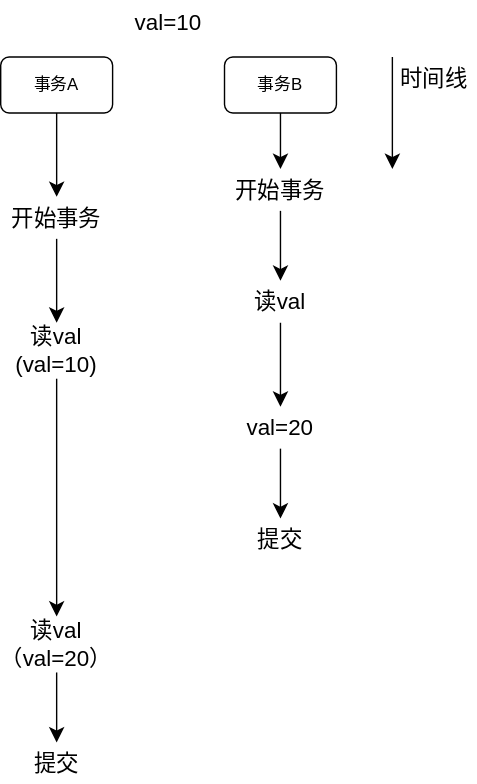
Earlier version of the draw.io export img/mysql-不可重复读.svg (trophate/dnote). Source tidied: cells renumbered, new cells last; positions are measured from the earlier drawing's top-left corner, leaving out a move shared by most shapes. The source it was exported from:
```xml
<mxGraphModel>
  <root>
    <mxCell id="0" />
    <mxCell id="1" parent="0" />
    <mxCell id="2" value="事务A" style="rounded=1;whiteSpace=wrap;html=1;" parent="1" vertex="1">
      <mxGeometry y="40" width="80" height="40" as="geometry" />
    </mxCell>
    <mxCell id="3" value="事务B" style="rounded=1;whiteSpace=wrap;html=1;" parent="1" vertex="1">
      <mxGeometry x="160" y="40" width="80" height="40" as="geometry" />
    </mxCell>
    <mxCell id="4" style="endArrow=classic;html=1;rounded=0;fontSize=12;startSize=8;endSize=8;curved=1;" parent="1" edge="1">
      <mxGeometry relative="1" as="geometry">
        <mxPoint x="280" y="40" as="sourcePoint" />
        <mxPoint x="280" y="120" as="targetPoint" />
      </mxGeometry>
    </mxCell>
    <mxCell id="5" value="时间线" style="text;html=1;align=center;verticalAlign=middle;whiteSpace=wrap;rounded=0;fontSize=16;" parent="1" vertex="1">
      <mxGeometry x="280" y="40" width="60" height="30" as="geometry" />
    </mxCell>
    <mxCell id="6" value="开始事务" style="text;html=1;align=center;verticalAlign=middle;whiteSpace=wrap;rounded=0;fontSize=16;" parent="1" vertex="1">
      <mxGeometry x="160" y="120" width="80" height="30" as="geometry" />
    </mxCell>
    <mxCell id="7" style="endArrow=classic;html=1;rounded=0;fontSize=12;startSize=8;endSize=8;curved=1;exitX=0.5;exitY=1;exitDx=0;exitDy=0;entryX=0.5;entryY=0;entryDx=0;entryDy=0;" parent="1" edge="1" source="3" target="6">
      <mxGeometry relative="1" as="geometry" />
    </mxCell>
    <mxCell id="8" value="val=20" style="text;html=1;align=center;verticalAlign=middle;whiteSpace=wrap;rounded=0;fontSize=16;" parent="1" vertex="1">
      <mxGeometry x="155" y="290" width="90" height="30" as="geometry" />
    </mxCell>
    <mxCell id="9" value="开始事务" style="text;html=1;align=center;verticalAlign=middle;whiteSpace=wrap;rounded=0;fontSize=16;" parent="1" vertex="1">
      <mxGeometry y="140" width="80" height="30" as="geometry" />
    </mxCell>
    <mxCell id="10" value="提交" style="text;html=1;align=center;verticalAlign=middle;whiteSpace=wrap;rounded=0;fontSize=16;" parent="1" vertex="1">
      <mxGeometry x="175" y="370" width="50" height="30" as="geometry" />
    </mxCell>
    <mxCell id="11" style="endArrow=classic;html=1;rounded=0;fontSize=12;startSize=8;endSize=8;curved=1;exitX=0.5;exitY=1;exitDx=0;exitDy=0;entryX=0.5;entryY=0;entryDx=0;entryDy=0;" parent="1" edge="1" source="2" target="9">
      <mxGeometry relative="1" as="geometry" />
    </mxCell>
    <mxCell id="12" style="endArrow=classic;html=1;rounded=0;fontSize=12;startSize=8;endSize=8;curved=1;exitX=0.5;exitY=1;exitDx=0;exitDy=0;entryX=0.5;entryY=0;entryDx=0;entryDy=0;" parent="1" edge="1" source="6" target="20">
      <mxGeometry relative="1" as="geometry" />
    </mxCell>
    <mxCell id="13" value="读val&lt;br&gt;（val=20）" style="text;html=1;align=center;verticalAlign=middle;whiteSpace=wrap;rounded=0;fontSize=16;" parent="1" vertex="1">
      <mxGeometry y="440" width="80" height="40" as="geometry" />
    </mxCell>
    <mxCell id="14" value="val=10" style="text;html=1;align=center;verticalAlign=middle;whiteSpace=wrap;rounded=0;fontSize=16;" parent="1" vertex="1">
      <mxGeometry x="90" width="60" height="30" as="geometry" />
    </mxCell>
    <mxCell id="15" style="endArrow=classic;html=1;rounded=0;fontSize=12;startSize=8;endSize=8;curved=1;exitX=0.5;exitY=1;exitDx=0;exitDy=0;entryX=0.5;entryY=0;entryDx=0;entryDy=0;" parent="1" edge="1" source="9" target="19">
      <mxGeometry relative="1" as="geometry" />
    </mxCell>
    <mxCell id="16" value="提交" style="text;html=1;align=center;verticalAlign=middle;whiteSpace=wrap;rounded=0;fontSize=16;" parent="1" vertex="1">
      <mxGeometry x="15" y="530" width="50" height="30" as="geometry" />
    </mxCell>
    <mxCell id="17" style="endArrow=classic;html=1;rounded=0;fontSize=12;startSize=8;endSize=8;curved=1;exitX=0.5;exitY=1;exitDx=0;exitDy=0;entryX=0.5;entryY=0;entryDx=0;entryDy=0;" parent="1" edge="1" source="8" target="10">
      <mxGeometry relative="1" as="geometry" />
    </mxCell>
    <mxCell id="18" style="endArrow=classic;html=1;rounded=0;fontSize=12;startSize=8;endSize=8;curved=1;exitX=0.5;exitY=1;exitDx=0;exitDy=0;entryX=0.5;entryY=0;entryDx=0;entryDy=0;" parent="1" edge="1" source="13" target="16">
      <mxGeometry relative="1" as="geometry" />
    </mxCell>
    <mxCell id="19" value="读val&lt;br&gt;(val=10&lt;span style=&quot;background-color: initial;&quot;&gt;)&lt;/span&gt;" style="text;html=1;align=center;verticalAlign=middle;whiteSpace=wrap;rounded=0;fontSize=16;" parent="1" vertex="1">
      <mxGeometry x="5" y="230" width="70" height="40" as="geometry" />
    </mxCell>
    <mxCell id="20" value="读val" style="text;html=1;align=center;verticalAlign=middle;whiteSpace=wrap;rounded=0;fontSize=16;" parent="1" vertex="1">
      <mxGeometry x="175" y="200" width="50" height="30" as="geometry" />
    </mxCell>
    <mxCell id="21" style="endArrow=classic;html=1;rounded=0;fontSize=12;startSize=8;endSize=8;curved=1;exitX=0.5;exitY=1;exitDx=0;exitDy=0;entryX=0.5;entryY=0;entryDx=0;entryDy=0;" parent="1" edge="1" source="20" target="8">
      <mxGeometry relative="1" as="geometry" />
    </mxCell>
    <mxCell id="22" style="endArrow=classic;html=1;rounded=0;fontSize=12;startSize=8;endSize=8;curved=1;exitX=0.5;exitY=1;exitDx=0;exitDy=0;entryX=0.5;entryY=0;entryDx=0;entryDy=0;" parent="1" edge="1" source="19" target="13">
      <mxGeometry relative="1" as="geometry" />
    </mxCell>
  </root>
</mxGraphModel>
```
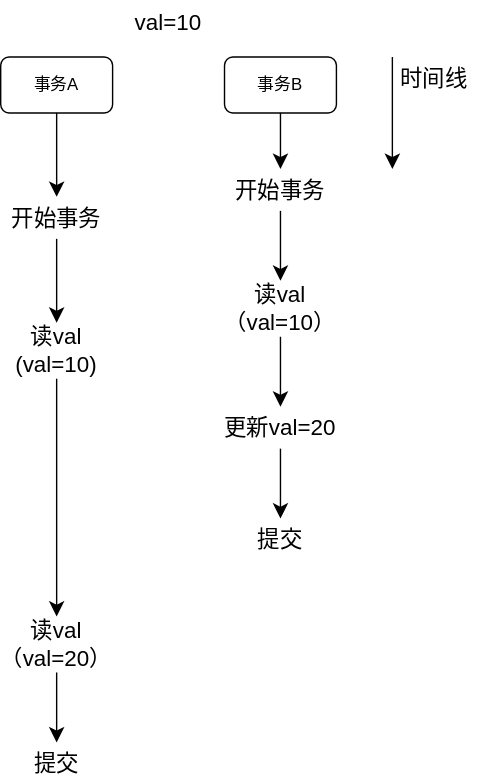
After the change.

Change to the diagram source:
```diff
@@ -23,8 +23,8 @@
     <mxCell id="7" style="endArrow=classic;html=1;rounded=0;fontSize=12;startSize=8;endSize=8;curved=1;exitX=0.5;exitY=1;exitDx=0;exitDy=0;entryX=0.5;entryY=0;entryDx=0;entryDy=0;" parent="1" edge="1" source="3" target="6">
       <mxGeometry relative="1" as="geometry" />
     </mxCell>
-    <mxCell id="8" value="val=20" style="text;html=1;align=center;verticalAlign=middle;whiteSpace=wrap;rounded=0;fontSize=16;" parent="1" vertex="1">
-      <mxGeometry x="155" y="290" width="90" height="30" as="geometry" />
+    <mxCell id="8" value="更新val=20" style="text;html=1;align=center;verticalAlign=middle;whiteSpace=wrap;rounded=0;fontSize=16;" parent="1" vertex="1">
+      <mxGeometry x="150" y="290" width="100" height="30" as="geometry" />
     </mxCell>
     <mxCell id="9" value="开始事务" style="text;html=1;align=center;verticalAlign=middle;whiteSpace=wrap;rounded=0;fontSize=16;" parent="1" vertex="1">
       <mxGeometry y="140" width="80" height="30" as="geometry" />
@@ -59,8 +59,8 @@
     <mxCell id="19" value="读val&lt;br&gt;(val=10&lt;span style=&quot;background-color: initial;&quot;&gt;)&lt;/span&gt;" style="text;html=1;align=center;verticalAlign=middle;whiteSpace=wrap;rounded=0;fontSize=16;" parent="1" vertex="1">
       <mxGeometry x="5" y="230" width="70" height="40" as="geometry" />
     </mxCell>
-    <mxCell id="20" value="读val" style="text;html=1;align=center;verticalAlign=middle;whiteSpace=wrap;rounded=0;fontSize=16;" parent="1" vertex="1">
-      <mxGeometry x="175" y="200" width="50" height="30" as="geometry" />
+    <mxCell id="20" value="读val（val=10）" style="text;html=1;align=center;verticalAlign=middle;whiteSpace=wrap;rounded=0;fontSize=16;" parent="1" vertex="1">
+      <mxGeometry x="160" y="200" width="80" height="40" as="geometry" />
     </mxCell>
     <mxCell id="21" style="endArrow=classic;html=1;rounded=0;fontSize=12;startSize=8;endSize=8;curved=1;exitX=0.5;exitY=1;exitDx=0;exitDy=0;entryX=0.5;entryY=0;entryDx=0;entryDy=0;" parent="1" edge="1" source="20" target="8">
       <mxGeometry relative="1" as="geometry" />
```
